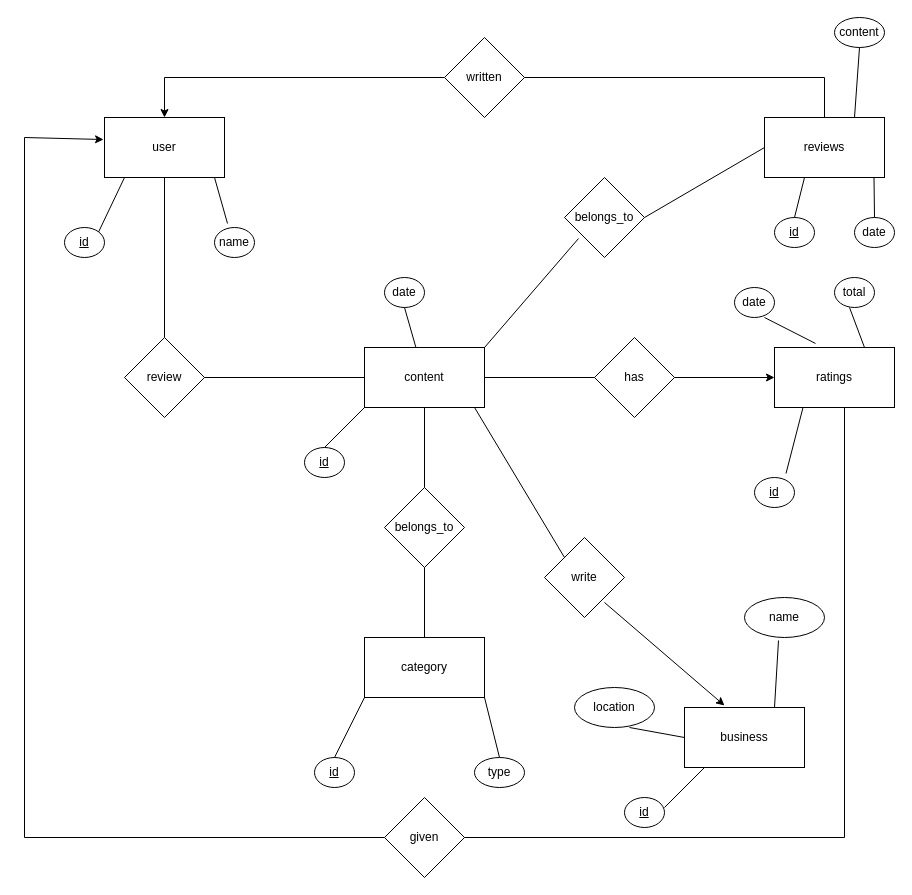
aTyro1/daa keeps this draw.io diagram as Untitled Diagram.drawio. Above is the earlier version. Source tidied: cells renumbered, new cells numbered last; positions are measured from the earlier drawing's top-left corner, leaving out a move shared by most shapes. Both pictures are drawn from the tidied source at 100%, with x=0, y=0 at pixel (24, 17).
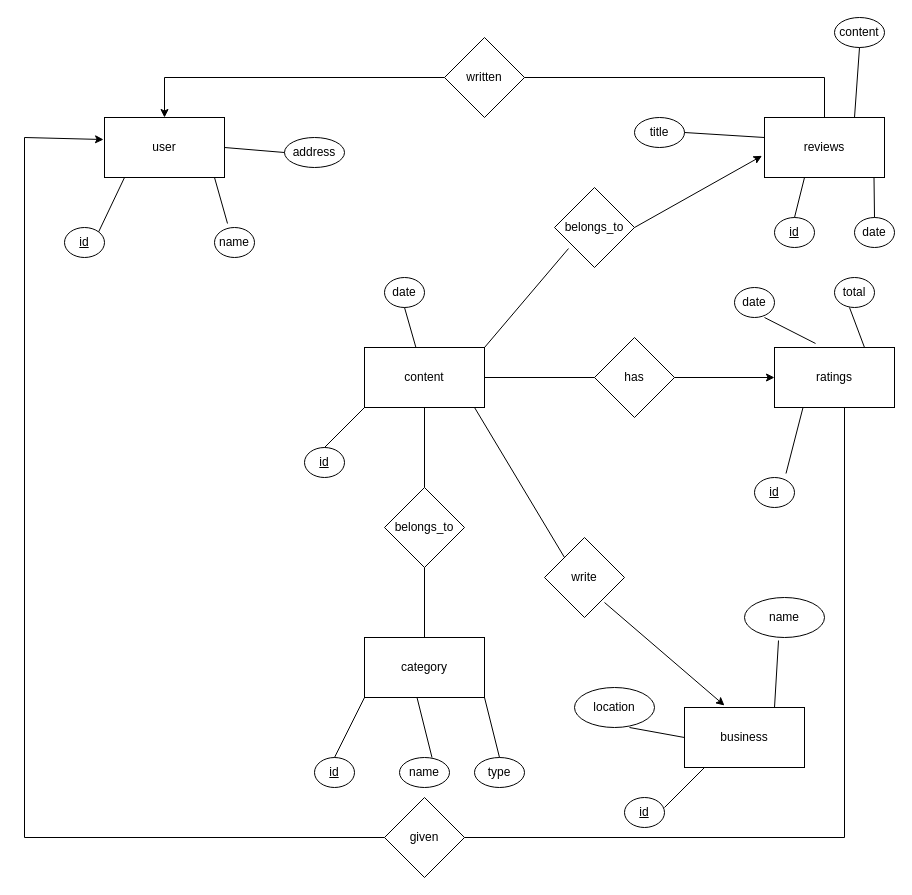
After the change.

The change refers to these unchanged cells:
```xml
<mxCell id="2" value="user" style="rounded=0;whiteSpace=wrap;html=1;" parent="1" vertex="1">
  <mxGeometry x="80" y="100" width="120" height="60" as="geometry" />
</mxCell>
<mxCell id="4" value="content" style="rounded=0;whiteSpace=wrap;html=1;" parent="1" vertex="1">
  <mxGeometry x="340" y="330" width="120" height="60" as="geometry" />
</mxCell>
<mxCell id="16" value="reviews" style="rounded=0;whiteSpace=wrap;html=1;" parent="1" vertex="1">
  <mxGeometry x="740" y="100" width="120" height="60" as="geometry" />
</mxCell>
```

Change to the diagram source:
```diff
@@
-    <mxCell id="3" value="review" style="rhombus;whiteSpace=wrap;html=1;" parent="1" vertex="1">
-      <mxGeometry x="100" y="320" width="80" height="80" as="geometry" />
-    </mxCell>
@@
-    <mxCell id="6" style="endArrow=none;html=1;rounded=0;entryX=0;entryY=0.5;entryDx=0;entryDy=0;" parent="1" edge="1" target="4">
-      <mxGeometry relative="1" as="geometry">
-        <mxPoint x="180" y="360" as="sourcePoint" />
-      </mxGeometry>
-    </mxCell>
-    <mxCell id="7" style="endArrow=none;html=1;rounded=0;entryX=0.5;entryY=1;entryDx=0;entryDy=0;" parent="1" edge="1" target="2">
-      <mxGeometry relative="1" as="geometry">
-        <mxPoint x="140" y="320" as="sourcePoint" />
-      </mxGeometry>
-    </mxCell>
@@
     <mxCell id="17" value="belongs_to" style="rhombus;whiteSpace=wrap;html=1;" parent="1" vertex="1">
-      <mxGeometry x="540" y="160" width="80" height="80" as="geometry" />
+      <mxGeometry x="530" y="170" width="80" height="80" as="geometry" />
     </mxCell>
-    <mxCell id="18" style="endArrow=none;html=1;rounded=0;entryX=0;entryY=0.5;entryDx=0;entryDy=0;" parent="1" edge="1" target="16">
-      <mxGeometry relative="1" as="geometry">
-        <mxPoint x="620" y="200" as="sourcePoint" />
-      </mxGeometry>
-    </mxCell>
@@
+    <mxCell id="64" value="address" style="ellipse;whiteSpace=wrap;html=1;" parent="1" vertex="1">
+      <mxGeometry x="260" y="120" width="60" height="30" as="geometry" />
+    </mxCell>
+    <mxCell id="65" style="endArrow=none;html=1;rounded=0;exitX=0;exitY=0.5;exitDx=0;exitDy=0;" parent="1" edge="1" source="64">
+      <mxGeometry relative="1" as="geometry">
+        <mxPoint x="200" y="130" as="targetPoint" />
+      </mxGeometry>
+    </mxCell>
+    <mxCell id="66" value="name" style="ellipse;whiteSpace=wrap;html=1;" parent="1" vertex="1">
+      <mxGeometry x="375" y="740" width="50" height="30" as="geometry" />
+    </mxCell>
+    <mxCell id="67" style="endArrow=none;html=1;rounded=0;entryX=0.5;entryY=0;entryDx=0;entryDy=0;exitX=1;exitY=1;exitDx=0;exitDy=0;" parent="1" edge="1">
+      <mxGeometry relative="1" as="geometry">
+        <mxPoint x="392.5" y="680" as="sourcePoint" />
+        <mxPoint x="407.5" y="740" as="targetPoint" />
+      </mxGeometry>
+    </mxCell>
+    <mxCell id="68" value="title" style="ellipse;whiteSpace=wrap;html=1;" parent="1" vertex="1">
+      <mxGeometry x="610" y="100" width="50" height="30" as="geometry" />
+    </mxCell>
+    <mxCell id="69" style="endArrow=none;html=1;rounded=0;exitX=1;exitY=0.5;exitDx=0;exitDy=0;" parent="1" edge="1" source="68">
+      <mxGeometry relative="1" as="geometry">
+        <mxPoint x="740" y="120" as="targetPoint" />
+      </mxGeometry>
+    </mxCell>
+    <mxCell id="70" style="endArrow=classic;html=1;rounded=0;entryX=-0.021;entryY=0.639;entryDx=0;entryDy=0;entryPerimeter=0;exitX=1;exitY=0.5;exitDx=0;exitDy=0;" parent="1" edge="1" source="17" target="16">
+      <mxGeometry relative="1" as="geometry" />
+    </mxCell>
```
